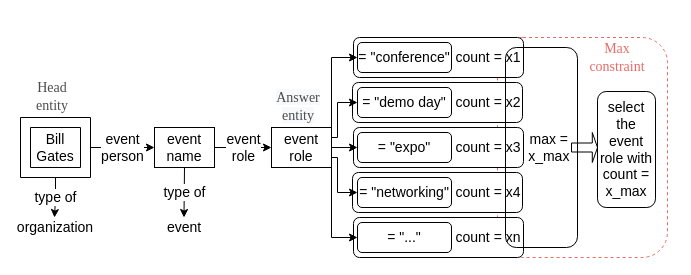
Earlier version of the draw.io diagram max_constraint.drawio (SilvesterYu/FinQA_Vis). Source tidied: cells renumbered, new cells numbered last; positions are measured from the earlier drawing's top-left corner, leaving out a move shared by most shapes. Both pictures are drawn from the tidied source at 100%, with x=0, y=0 at pixel (20, 17).
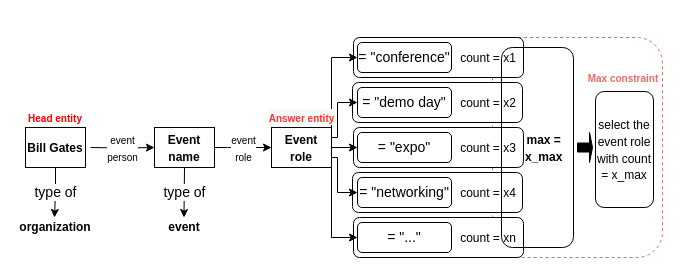
After the change.

The edit, as a diff of the source:
```diff
@@
     <mxCell id="2" style="rounded=1;whiteSpace=wrap;html=1;fontFamily=Helvetica;fontSize=10;dashed=1;strokeColor=#EA6B66;" parent="1" vertex="1">
-      <mxGeometry x="477" y="20" width="170" height="220" as="geometry" />
+      <mxGeometry x="472" y="20" width="170" height="220" as="geometry" />
     </mxCell>
@@
-    <mxCell id="8" value="type of" style="edgeStyle=orthogonalEdgeStyle;rounded=0;jettySize=auto;html=1;exitX=0.5;exitY=1;exitDx=0;exitDy=0;exitPerimeter=0;entryX=0.5;entryY=0;entryDx=0;entryDy=0;fontSize=14;fontColor=#000000;" parent="1" edge="1" source="10">
+    <mxCell id="8" value="type of" style="edgeStyle=orthogonalEdgeStyle;rounded=0;jettySize=auto;html=1;exitX=0.5;exitY=1;exitDx=0;exitDy=0;entryX=0.5;entryY=0;entryDx=0;entryDy=0;fontSize=14;fontColor=#000000;verticalAlign=middle;" parent="1" edge="1" source="11">
       <mxGeometry relative="1" as="geometry">
         <mxPoint x="34" y="200" as="targetPoint" />
       </mxGeometry>
     </mxCell>
-    <mxCell id="9" value="event&lt;br&gt;person" style="edgeStyle=orthogonalEdgeStyle;rounded=0;jettySize=auto;html=1;exitX=1;exitY=0.5;exitDx=0;exitDy=0;exitPerimeter=0;entryX=0;entryY=0.5;entryDx=0;entryDy=0;fontSize=14;fontColor=#000000;" parent="1" edge="1" source="10" target="14">
-      <mxGeometry relative="1" as="geometry" />
+    <mxCell id="9" value="&lt;font style=&quot;font-size: 10px;&quot;&gt;event&lt;br&gt;person&lt;/font&gt;" style="edgeStyle=orthogonalEdgeStyle;rounded=0;jettySize=auto;html=1;exitX=1;exitY=0.5;exitDx=0;exitDy=0;exitPerimeter=0;entryX=0;entryY=0.5;entryDx=0;entryDy=0;fontSize=14;fontColor=#000000;" parent="1" edge="1" target="14">
+      <mxGeometry relative="1" as="geometry">
+        <mxPoint x="70" y="130" as="sourcePoint" />
+      </mxGeometry>
     </mxCell>
-    <mxCell id="10" style="verticalLabelPosition=bottom;verticalAlign=top;html=1;shape=mxgraph.basic.frame;dx=10;whiteSpace=wrap;fontSize=14;fontColor=#000000;" parent="1" vertex="1">
-      <mxGeometry y="100" width="70" height="60" as="geometry" />
-    </mxCell>
-    <mxCell id="11" value="Bill Gates" style="text;html=1;strokeColor=none;fillColor=none;align=center;verticalAlign=middle;whiteSpace=wrap;rounded=0;fontSize=14;fontColor=#000000;" parent="1" vertex="1">
-      <mxGeometry x="5" y="115" width="60" height="30" as="geometry" />
-    </mxCell>
@@
-    <mxCell id="13" value="event&lt;br&gt;role" style="edgeStyle=orthogonalEdgeStyle;rounded=0;jettySize=auto;html=1;exitX=1;exitY=0.5;exitDx=0;exitDy=0;entryX=0;entryY=0.5;entryDx=0;entryDy=0;fontSize=14;fontColor=#000000;" parent="1" edge="1" source="14" target="20">
+    <mxCell id="13" value="&lt;font style=&quot;font-size: 10px;&quot;&gt;event&lt;br&gt;role&lt;/font&gt;" style="edgeStyle=orthogonalEdgeStyle;rounded=0;jettySize=auto;html=1;exitX=1;exitY=0.5;exitDx=0;exitDy=0;entryX=0;entryY=0.5;entryDx=0;entryDy=0;fontSize=14;fontColor=#000000;" parent="1" edge="1" source="14" target="20">
       <mxGeometry relative="1" as="geometry">
         <Array as="points">
           <mxPoint x="207" y="130" />
           <mxPoint x="207" y="130" />
         </Array>
       </mxGeometry>
     </mxCell>
-    <mxCell id="14" value="event&lt;br&gt;name" style="rounded=0;whiteSpace=wrap;html=1;fontSize=14;fontColor=#000000;" parent="1" vertex="1">
+    <mxCell id="14" value="&lt;b&gt;&lt;font style=&quot;font-size: 12px;&quot;&gt;Event&lt;br&gt;name&lt;/font&gt;&lt;/b&gt;" style="rounded=0;whiteSpace=wrap;html=1;fontSize=14;fontColor=#000000;" parent="1" vertex="1">
       <mxGeometry x="134" y="110" width="60" height="40" as="geometry" />
     </mxCell>
@@
-    <mxCell id="20" value="event&lt;br&gt;role" style="rounded=0;whiteSpace=wrap;html=1;fontSize=14;fontColor=#000000;" parent="1" vertex="1">
+    <mxCell id="20" value="&lt;b&gt;&lt;font style=&quot;font-size: 12px;&quot;&gt;Event&lt;br&gt;role&lt;/font&gt;&lt;/b&gt;" style="rounded=0;whiteSpace=wrap;html=1;fontSize=14;fontColor=#000000;" parent="1" vertex="1">
       <mxGeometry x="251" y="110" width="60" height="40" as="geometry" />
     </mxCell>
@@
-    <mxCell id="26" value="count = x1" style="text;html=1;strokeColor=none;fillColor=none;align=center;verticalAlign=middle;whiteSpace=wrap;rounded=0;fontSize=14;fontColor=#000000;" parent="1" vertex="1">
+    <mxCell id="26" value="&lt;font style=&quot;font-size: 12px;&quot;&gt;count = x1&lt;/font&gt;" style="text;html=1;strokeColor=none;fillColor=none;align=center;verticalAlign=middle;whiteSpace=wrap;rounded=0;fontSize=14;fontColor=#000000;" parent="1" vertex="1">
       <mxGeometry x="433" y="25" width="70" height="30" as="geometry" />
     </mxCell>
-    <mxCell id="27" value="count = x2" style="text;html=1;strokeColor=none;fillColor=none;align=center;verticalAlign=middle;whiteSpace=wrap;rounded=0;fontSize=14;fontColor=#000000;" parent="1" vertex="1">
+    <mxCell id="27" value="&lt;font style=&quot;font-size: 12px;&quot;&gt;count = x2&lt;/font&gt;" style="text;html=1;strokeColor=none;fillColor=none;align=center;verticalAlign=middle;whiteSpace=wrap;rounded=0;fontSize=14;fontColor=#000000;" parent="1" vertex="1">
       <mxGeometry x="433" y="70" width="70" height="30" as="geometry" />
     </mxCell>
-    <mxCell id="28" value="count = x3" style="text;html=1;strokeColor=none;fillColor=none;align=center;verticalAlign=middle;whiteSpace=wrap;rounded=0;fontSize=14;fontColor=#000000;" parent="1" vertex="1">
+    <mxCell id="28" value="&lt;font style=&quot;font-size: 12px;&quot;&gt;count = x3&lt;/font&gt;" style="text;html=1;strokeColor=none;fillColor=none;align=center;verticalAlign=middle;whiteSpace=wrap;rounded=0;fontSize=14;fontColor=#000000;" parent="1" vertex="1">
       <mxGeometry x="433" y="115" width="70" height="30" as="geometry" />
     </mxCell>
-    <mxCell id="29" value="count = x4" style="text;html=1;strokeColor=none;fillColor=none;align=center;verticalAlign=middle;whiteSpace=wrap;rounded=0;fontSize=14;fontColor=#000000;" parent="1" vertex="1">
+    <mxCell id="29" value="&lt;font style=&quot;font-size: 12px;&quot;&gt;count = x4&lt;/font&gt;" style="text;html=1;strokeColor=none;fillColor=none;align=center;verticalAlign=middle;whiteSpace=wrap;rounded=0;fontSize=14;fontColor=#000000;" parent="1" vertex="1">
       <mxGeometry x="433" y="160" width="70" height="30" as="geometry" />
     </mxCell>
-    <mxCell id="30" value="count = xn" style="text;html=1;strokeColor=none;fillColor=none;align=center;verticalAlign=middle;whiteSpace=wrap;rounded=0;fontSize=14;fontColor=#000000;" parent="1" vertex="1">
+    <mxCell id="30" value="&lt;font style=&quot;font-size: 12px;&quot;&gt;count = xn&lt;/font&gt;" style="text;html=1;strokeColor=none;fillColor=none;align=center;verticalAlign=middle;whiteSpace=wrap;rounded=0;fontSize=14;fontColor=#000000;" parent="1" vertex="1">
       <mxGeometry x="433" y="205" width="70" height="30" as="geometry" />
     </mxCell>
-    <mxCell id="31" value="&amp;nbsp; &amp;nbsp; max =&lt;br&gt;&amp;nbsp; &amp;nbsp; x_max" style="rounded=1;whiteSpace=wrap;html=1;fontSize=14;fontColor=#000000;fillColor=none;" parent="1" vertex="1">
-      <mxGeometry x="485" y="30" width="72" height="200" as="geometry" />
+    <mxCell id="31" value="&lt;font style=&quot;font-size: 12px;&quot;&gt;&lt;b&gt;&amp;nbsp; &amp;nbsp; max =&lt;br&gt;&amp;nbsp; &amp;nbsp; x_max&lt;/b&gt;&lt;/font&gt;" style="rounded=1;whiteSpace=wrap;html=1;fontSize=14;fontColor=#000000;fillColor=none;" parent="1" vertex="1">
+      <mxGeometry x="481" y="30" width="72" height="200" as="geometry" />
     </mxCell>
-    <mxCell id="32" style="shape=singleArrow;whiteSpace=wrap;html=1;fontSize=14;fontColor=#000000;fillColor=none;" parent="1" vertex="1">
-      <mxGeometry x="551" y="115" width="26" height="30" as="geometry" />
+    <mxCell id="32" style="shape=singleArrow;whiteSpace=wrap;html=1;fontSize=14;fontColor=#000000;fillColor=#000000;" parent="1" vertex="1">
+      <mxGeometry x="557" y="115" width="15" height="30" as="geometry" />
     </mxCell>
-    <mxCell id="33" value="select the event role with count = x_max" style="rounded=1;whiteSpace=wrap;html=1;fontSize=14;fontColor=#000000;fillColor=none;" parent="1" vertex="1">
-      <mxGeometry x="577" y="74" width="58" height="116" as="geometry" />
+    <mxCell id="33" value="&lt;font style=&quot;font-size: 12px;&quot;&gt;select the event role with count = x_max&lt;/font&gt;" style="rounded=1;whiteSpace=wrap;html=1;fontSize=14;fontColor=#000000;fillColor=none;" parent="1" vertex="1">
+      <mxGeometry x="575" y="74" width="58" height="116" as="geometry" />
     </mxCell>
-    <mxCell id="34" value="&lt;font face=&quot;Times New Roman&quot; color=&quot;#4d4d4d&quot;&gt;Head entity&lt;/font&gt;" style="text;html=1;strokeColor=none;fillColor=none;align=center;verticalAlign=middle;whiteSpace=wrap;rounded=0;fontSize=14;fontColor=#000000;" parent="1" vertex="1">
-      <mxGeometry x="1.5" y="64" width="60" height="30" as="geometry" />
+    <mxCell id="34" value="&lt;font color=&quot;#ff0000&quot; style=&quot;font-size: 10px;&quot;&gt;&lt;b style=&quot;&quot;&gt;Head entity&lt;/b&gt;&lt;/font&gt;" style="text;html=1;strokeColor=none;fillColor=none;align=center;verticalAlign=middle;whiteSpace=wrap;rounded=0;fontSize=14;fontColor=#000000;" parent="1" vertex="1">
+      <mxGeometry x="5" y="85" width="60" height="30" as="geometry" />
     </mxCell>
-    <mxCell id="35" value="&lt;font color=&quot;#4d4d4d&quot;&gt;&lt;span style=&quot;font-size: 14px; font-style: normal; font-variant-ligatures: normal; font-variant-caps: normal; font-weight: 400; letter-spacing: normal; orphans: 2; text-align: center; text-indent: 0px; text-transform: none; widows: 2; word-spacing: 0px; -webkit-text-stroke-width: 0px; background-color: rgb(248, 249, 250); text-decoration-thickness: initial; text-decoration-style: initial; text-decoration-color: initial; float: none; display: inline !important;&quot;&gt;&lt;font face=&quot;Times New Roman&quot;&gt;Answer entity&lt;/font&gt;&lt;/span&gt;&lt;br&gt;&lt;/font&gt;" style="text;html=1;strokeColor=none;fillColor=none;align=center;verticalAlign=middle;whiteSpace=wrap;rounded=0;fontSize=14;fontColor=#000000;" parent="1" vertex="1">
-      <mxGeometry x="248" y="74" width="60" height="30" as="geometry" />
+    <mxCell id="35" value="&lt;span style=&quot;font-style: normal; font-variant-ligatures: normal; font-variant-caps: normal; letter-spacing: normal; orphans: 2; text-align: center; text-indent: 0px; text-transform: none; widows: 2; word-spacing: 0px; -webkit-text-stroke-width: 0px; background-color: rgb(248, 249, 250); text-decoration-thickness: initial; text-decoration-style: initial; text-decoration-color: initial; float: none; display: inline !important;&quot;&gt;&lt;font color=&quot;#ff3333&quot; style=&quot;font-size: 10px;&quot;&gt;&lt;b style=&quot;&quot;&gt;Answer entity&lt;/b&gt;&lt;/font&gt;&lt;/span&gt;" style="text;html=1;strokeColor=none;fillColor=none;align=center;verticalAlign=middle;whiteSpace=wrap;rounded=0;fontSize=14;fontColor=#000000;" parent="1" vertex="1">
+      <mxGeometry x="245.5" y="85" width="71" height="30" as="geometry" />
     </mxCell>
-    <mxCell id="36" value="&lt;font color=&quot;#ea6b66&quot; face=&quot;Times New Roman&quot;&gt;Max constraint&lt;/font&gt;" style="text;html=1;strokeColor=none;fillColor=none;align=center;verticalAlign=middle;whiteSpace=wrap;rounded=0;fontSize=14;fontColor=#3399FF;" parent="1" vertex="1">
-      <mxGeometry x="567" width="60" height="80" as="geometry" />
+    <mxCell id="36" value="&lt;font style=&quot;font-size: 10px;&quot; color=&quot;#ea6b66&quot;&gt;&lt;b&gt;Max constraint&lt;/b&gt;&lt;/font&gt;" style="text;html=1;strokeColor=none;fillColor=none;align=center;verticalAlign=middle;whiteSpace=wrap;rounded=0;fontSize=14;fontColor=#3399FF;" parent="1" vertex="1">
+      <mxGeometry x="553" y="20" width="100" height="80" as="geometry" />
     </mxCell>
-    <mxCell id="37" value="&lt;font style=&quot;font-size: 14px;&quot; color=&quot;#000000&quot;&gt;organization&lt;/font&gt;" style="text;html=1;strokeColor=none;fillColor=none;align=center;verticalAlign=middle;whiteSpace=wrap;rounded=0;fontSize=12;fontColor=#EA6B66;" parent="1" vertex="1">
+    <mxCell id="37" value="&lt;font style=&quot;font-size: 12px;&quot; color=&quot;#000000&quot;&gt;&lt;b style=&quot;&quot;&gt;organization&lt;/b&gt;&lt;/font&gt;" style="text;html=1;strokeColor=none;fillColor=none;align=center;verticalAlign=middle;whiteSpace=wrap;rounded=0;fontSize=12;fontColor=#EA6B66;" parent="1" vertex="1">
       <mxGeometry x="5" y="195" width="60" height="30" as="geometry" />
     </mxCell>
-    <mxCell id="38" value="&lt;font style=&quot;font-size: 14px;&quot; color=&quot;#000000&quot;&gt;event&lt;/font&gt;" style="text;html=1;strokeColor=none;fillColor=none;align=center;verticalAlign=middle;whiteSpace=wrap;rounded=0;fontSize=12;fontColor=#EA6B66;" parent="1" vertex="1">
+    <mxCell id="38" value="&lt;font style=&quot;font-size: 12px;&quot; color=&quot;#000000&quot;&gt;&lt;b&gt;event&lt;/b&gt;&lt;/font&gt;" style="text;html=1;strokeColor=none;fillColor=none;align=center;verticalAlign=middle;whiteSpace=wrap;rounded=0;fontSize=12;fontColor=#EA6B66;" parent="1" vertex="1">
       <mxGeometry x="134" y="195" width="60" height="30" as="geometry" />
     </mxCell>
+    <mxCell id="11" value="&lt;b&gt;&lt;font style=&quot;font-size: 12px;&quot;&gt;Bill Gates&lt;br&gt;&lt;/font&gt;&lt;/b&gt;" style="rounded=0;whiteSpace=wrap;html=1;fontSize=14;fontColor=#000000;" parent="1" vertex="1">
+      <mxGeometry x="5" y="110" width="60" height="40" as="geometry" />
+    </mxCell>
```
